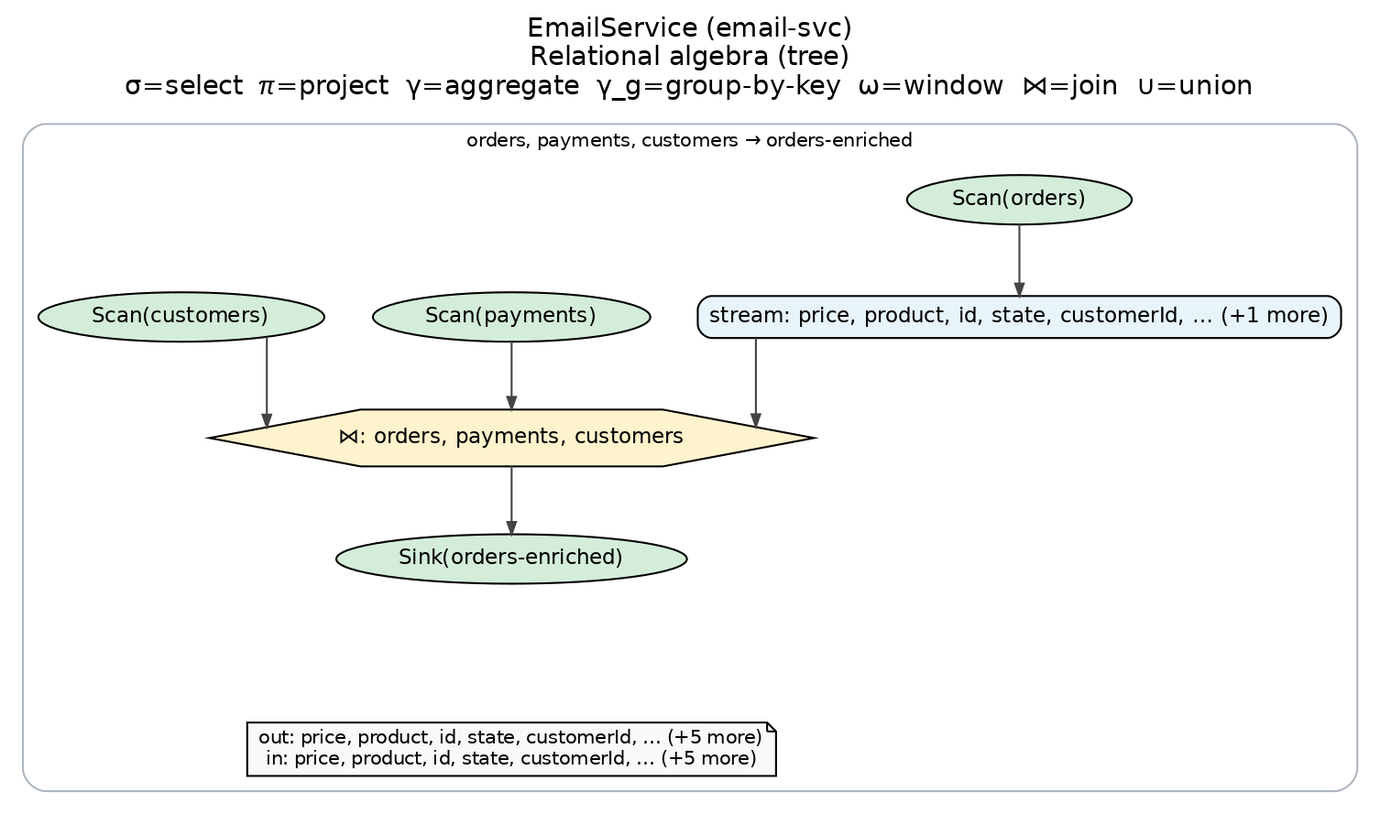
Earlier version of the Graphviz export docs/difc-ra-diagrams/email-svc-ra-flow.png (Coder2002-MSAdithya/kafka-streams-examples). Its source is kept beside it as docs/difc-ra-diagrams/email-svc-ra-flow.dot.
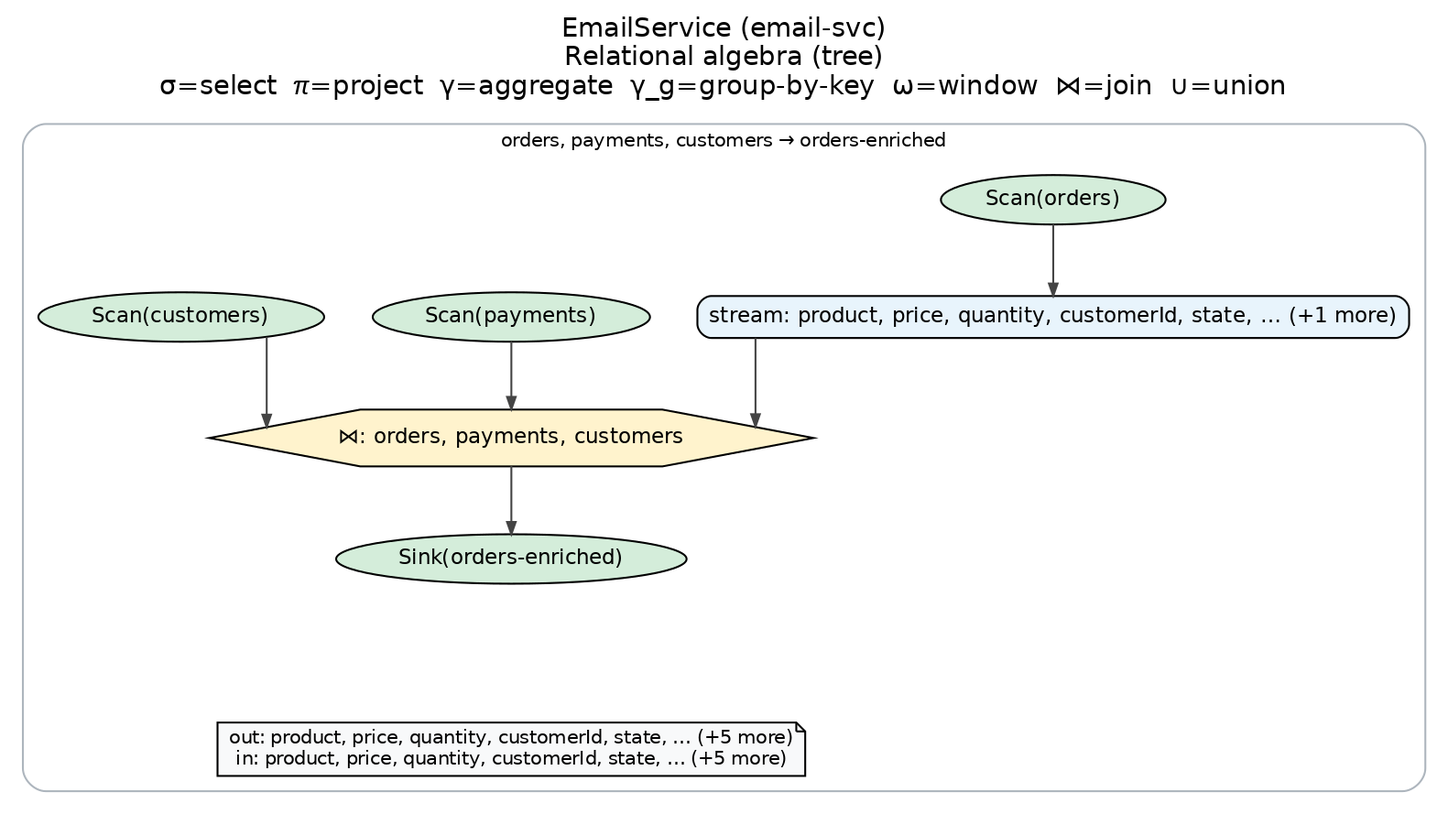
After the change.

What changed in the source:
```diff
@@ -9,7 +9,7 @@
     label="orders, payments, customers → orders-enriched"; style=rounded; color="#adb5bd"; fontsize=10;
     p0_sink_orders_enriched [label="Sink(orders-enriched)", shape=ellipse, style="filled", fillcolor="#d4edda"];
     p0_join_1 [label="⋈: orders, payments, customers", shape=hexagon, style="filled", fillcolor="#fff3cd"];
-    p0_stream_stream_2 [label="stream: price, product, id, state, customerId, … (+1 more)", shape=box, style="rounded,filled", fillcolor="#e8f4fc"];
+    p0_stream_stream_2 [label="stream: product, price, quantity, customerId, state, … (+1 more)", shape=box, style="rounded,filled", fillcolor="#e8f4fc"];
     p0_scan_orders [label="Scan(orders)", shape=ellipse, style="filled", fillcolor="#d4edda"];
     p0_scan_orders -> p0_stream_stream_2;
     p0_stream_stream_2 -> p0_join_1;
@@ -21,7 +21,7 @@
     r0anchor [style=invis, width=0, height=0, label=""];
     p0_sink_orders_enriched -> r0anchor [style=invis];
     r0anchor -> r0note [style=invis];
-    r0note [label="out: price, product, id, state, customerId, … (+5 more)\nin: price, product, id, state, customerId, … (+5 more)", shape=note, fillcolor="#f8f9fa", fontsize=10];
+    r0note [label="out: product, price, quantity, customerId, state, … (+5 more)\nin: product, price, quantity, customerId, state, … (+5 more)", shape=note, fillcolor="#f8f9fa", fontsize=10];
     { rank=max; r0note; }
   }
 }
```
